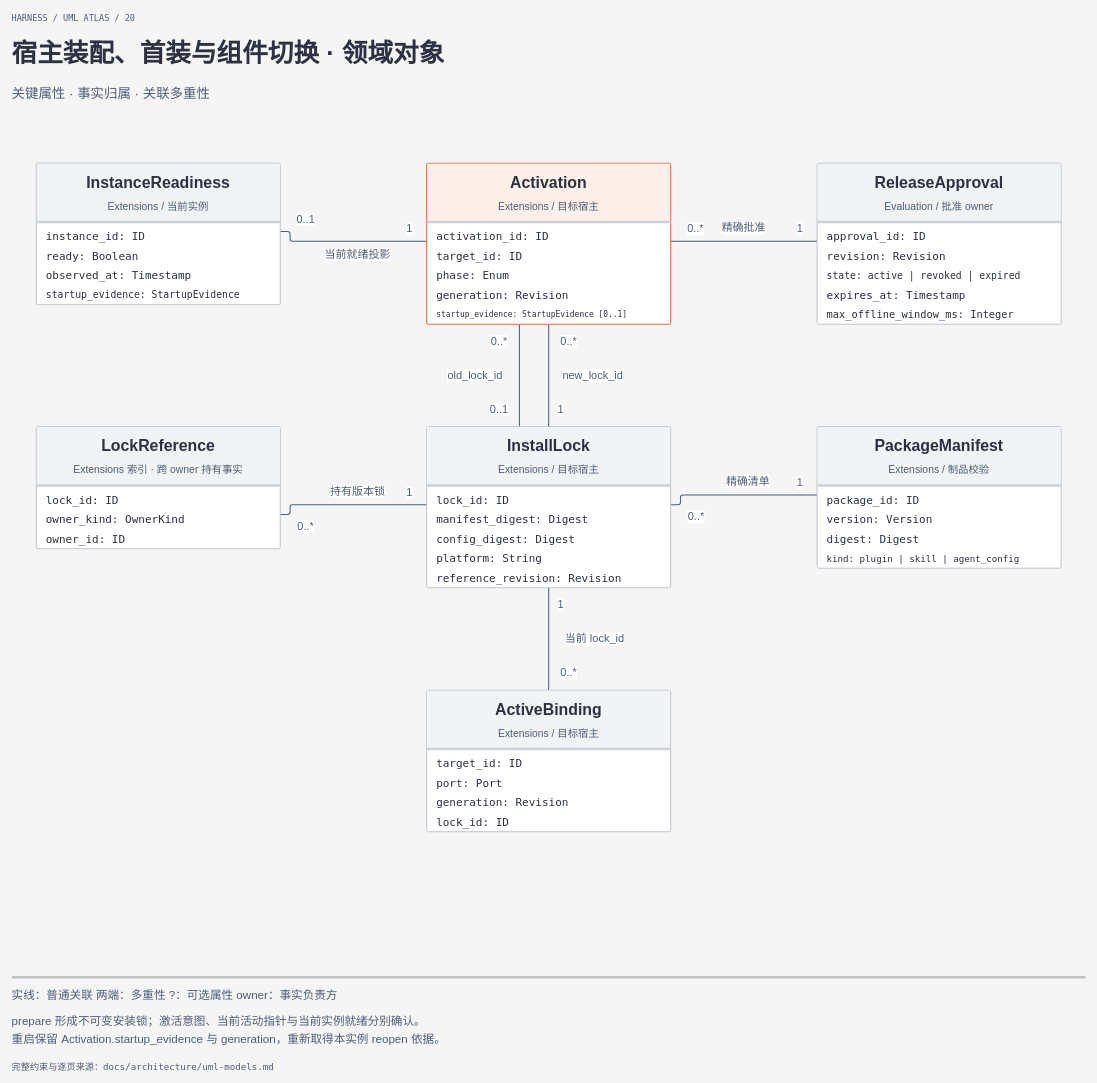
ruipengliu/lerna keeps this draw.io diagram as page "20 宿主装配、首装与组件切换 · 领域对象" (20 of 20) of docs/architecture/diagrams/uml-models.drawio. Above is the earlier version. Source tidied: cells renumbered, new cells numbered last; positions are measured from the earlier drawing's top-left corner, leaving out a move shared by most shapes. Both pictures are drawn from the tidied source at 61%, with x=0, y=0 at pixel (12, 10).
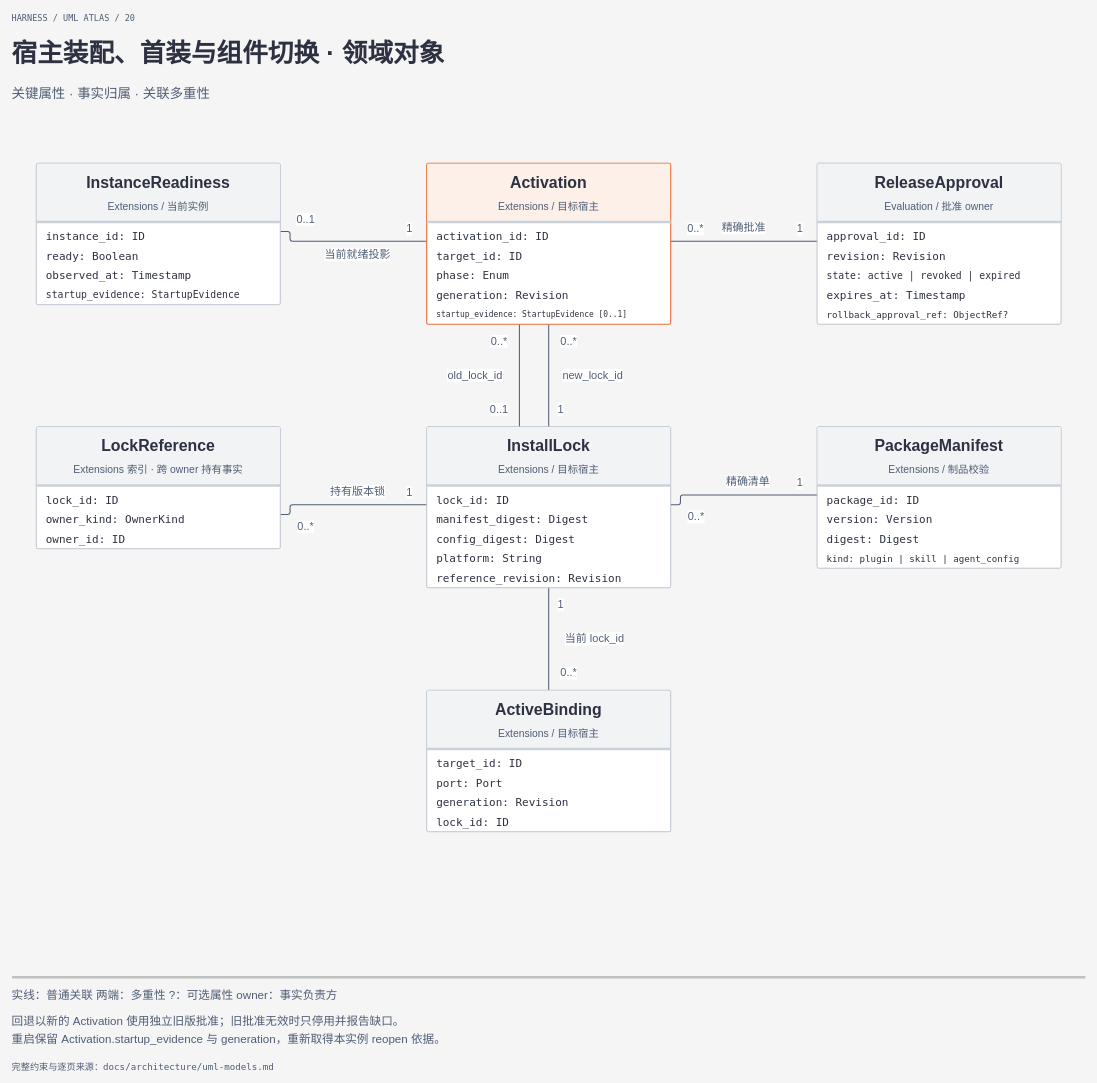
After the change.

Unchanged cells that the change refers to:
```xml
<mxCell id="80" style="rounded=1;absoluteArcSize=1;arcSize=6;fillColor=#ffffff;strokeColor=#aeb7c3;strokeWidth=1.3;" parent="1" vertex="1">
  <mxGeometry x="1320" y="250" width="400" height="264" as="geometry" />
</mxCell>
```

The edit, as a diff of the source:
```diff
@@
-    <mxCell id="89" value="max_offline_window_ms: Integer" style="text;html=0;whiteSpace=nowrap;overflow=hidden;strokeColor=none;fillColor=none;align=left;verticalAlign=middle;spacing=0;fontFamily=Geist Mono, Menlo, PingFang SC;fontSize=17;fontColor=#2d3142;fontStyle=0;" parent="80" vertex="1">
+    <mxCell id="89" value="rollback_approval_ref: ObjectRef?" style="text;html=0;whiteSpace=nowrap;overflow=hidden;strokeColor=none;fillColor=none;align=left;verticalAlign=middle;spacing=0;fontFamily=Geist Mono, Menlo, PingFang SC;fontSize=15;fontColor=#2d3142;fontStyle=0;" parent="80" vertex="1">
       <mxGeometry x="16" y="232" width="368" height="30" as="geometry" />
     </mxCell>
@@
-    <mxCell id="100" value="prepare 形成不可变安装锁；激活意图、当前活动指针与当前实例就绪分别确认。" style="text;html=0;whiteSpace=wrap;overflow=hidden;strokeColor=none;fillColor=none;align=left;verticalAlign=middle;spacing=0;fontFamily=Geist, PingFang SC, Microsoft YaHei;fontSize=19;fontColor=#4f5d75;fontStyle=0;" parent="1" vertex="1">
+    <mxCell id="100" value="回退以新的 Activation 使用独立旧版批准；旧批准无效时只停用并报告缺口。" style="text;html=0;whiteSpace=wrap;overflow=hidden;strokeColor=none;fillColor=none;align=left;verticalAlign=middle;spacing=0;fontFamily=Geist, PingFang SC, Microsoft YaHei;fontSize=19;fontColor=#4f5d75;fontStyle=0;" parent="1" vertex="1">
       <mxGeometry y="1643" width="1760" height="28" as="geometry" />
     </mxCell>
```
